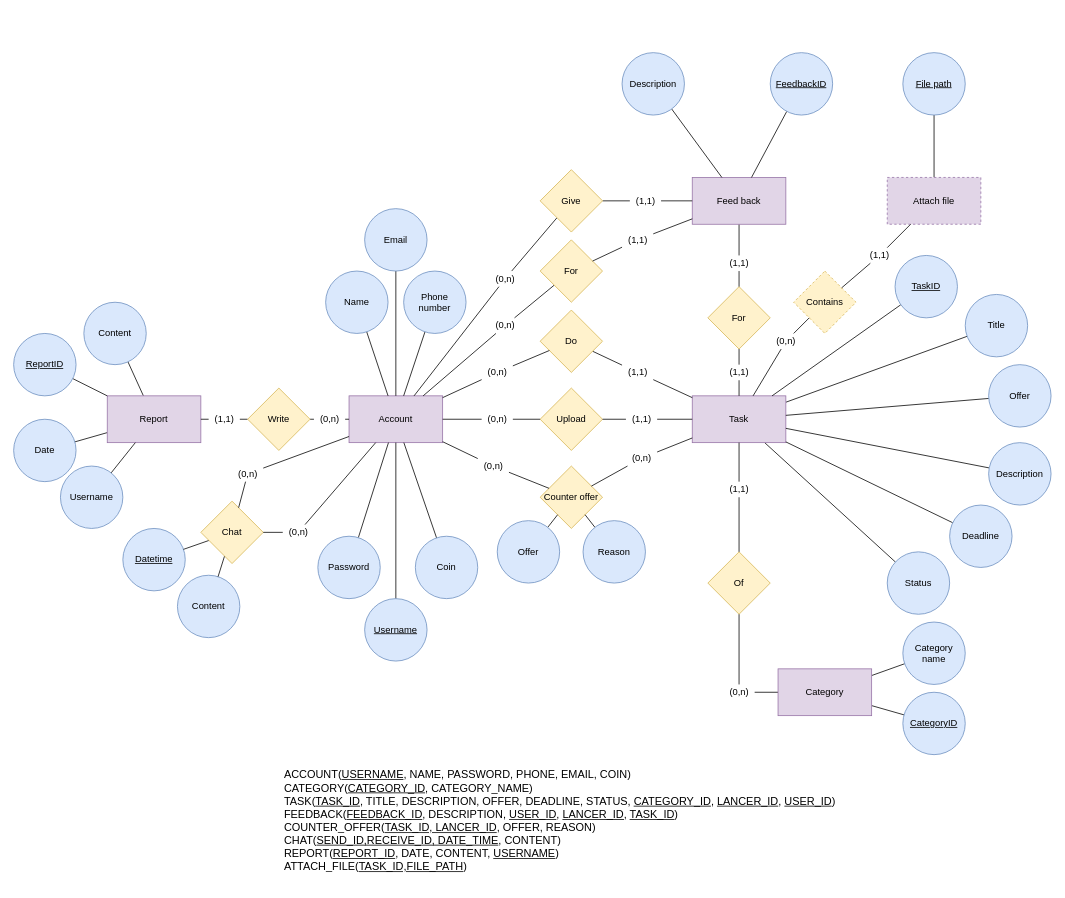
Before: docs/analysis and design/ERD.drawio in phuc16102001/beekey, a draw.io diagram. Source tidied: cells renumbered, new cells numbered last; positions are measured from the earlier drawing's top-left corner, leaving out a move shared by most shapes. Both pictures are drawn from the tidied source at 78%, with x=0, y=0 at pixel (13, 52).
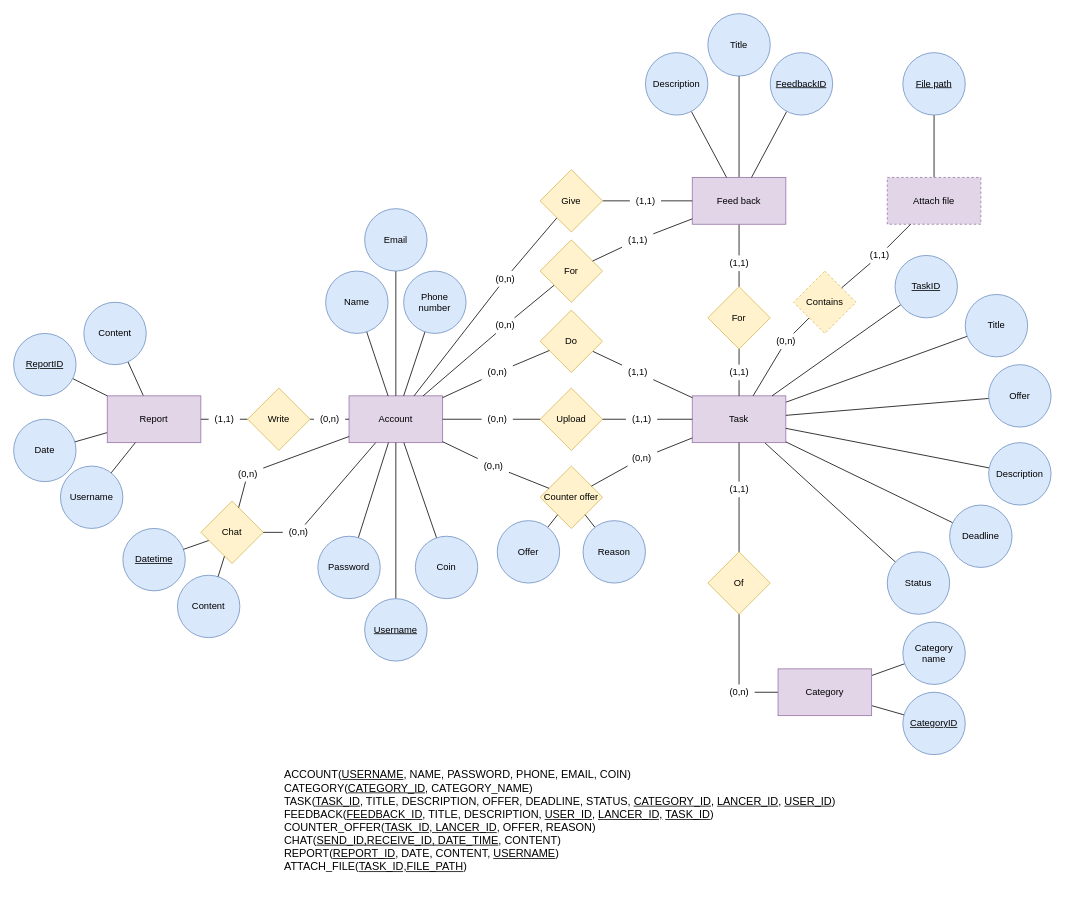
The same diagram, later.

Commit message (it also covers changes not shown here):
ERD: Add title to feedback SQL: Add title to feedback Report controller: Change function name and remove check admin Feedback: Create and get feedback API

The change refers to these unchanged cells:
```xml
<mxCell id="57" value="Feed back" style="rounded=0;whiteSpace=wrap;html=1;fillColor=#e1d5e7;strokeColor=#9673a6;" parent="1" vertex="1">
  <mxGeometry x="870" y="160" width="120" height="60" as="geometry" />
</mxCell>
```

Change to the diagram source:
```diff
@@
+    <mxCell id="129" style="edgeStyle=orthogonalEdgeStyle;rounded=0;jettySize=auto;html=1;endArrow=none;endFill=0;" parent="1" edge="1" source="57" target="130">
+      <mxGeometry relative="1" as="geometry" />
+    </mxCell>
@@
     <mxCell id="62" value="Description" style="ellipse;whiteSpace=wrap;html=1;fillColor=#dae8fc;strokeColor=#6c8ebf;" parent="1" vertex="1">
-      <mxGeometry x="780" width="80" height="80" as="geometry" />
+      <mxGeometry x="810" width="80" height="80" as="geometry" />
     </mxCell>
-    <mxCell id="63" value="&lt;p style=&quot;font-size: 14px&quot;&gt;&lt;font style=&quot;font-size: 14px&quot;&gt;ACCOUNT(&lt;u&gt;USERNAME&lt;/u&gt;, NAME, PASSWORD, PHONE, EMAIL, COIN)&lt;br&gt;&lt;/font&gt;&lt;font style=&quot;font-size: 14px&quot;&gt;CATEGORY(&lt;u&gt;CATEGORY_ID&lt;/u&gt;, CATEGORY_NAME)&lt;br&gt;&lt;/font&gt;&lt;font style=&quot;font-size: 14px&quot;&gt;TASK(&lt;u&gt;TASK_ID&lt;/u&gt;, TITLE, DESCRIPTION, OFFER, DEADLINE, STATUS,&amp;nbsp;&lt;u&gt;CATEGORY_ID&lt;/u&gt;, &lt;u&gt;LANCER_ID&lt;/u&gt;, &lt;u&gt;USER_ID&lt;/u&gt;)&lt;br&gt;&lt;/font&gt;&lt;font style=&quot;font-size: 14px&quot;&gt;FEEDBACK(&lt;u&gt;FEEDBACK_ID&lt;/u&gt;, DESCRIPTION,&amp;nbsp;&lt;u&gt;USER_ID&lt;/u&gt;, &lt;u&gt;LANCER_ID,&lt;/u&gt; &lt;u&gt;TASK_ID&lt;/u&gt;)&lt;br&gt;&lt;/font&gt;&lt;font style=&quot;font-size: 14px&quot;&gt;COUNTER_OFFER(&lt;u&gt;TASK_ID, LANCER_ID&lt;/u&gt;, OFFER, REASON)&lt;br&gt;&lt;/font&gt;CHAT(&lt;u&gt;SEND_ID,RECEIVE_ID, DATE_TIME&lt;/u&gt;, CONTENT)&lt;br&gt;REPORT(&lt;u&gt;REPORT_ID&lt;/u&gt;, DATE, CONTENT, &lt;u&gt;USERNAME&lt;/u&gt;)&lt;br&gt;ATTACH_FILE(&lt;u style=&quot;font-family: &amp;#34;helvetica&amp;#34; ; white-space: nowrap&quot;&gt;TASK_ID,FILE_PATH&lt;/u&gt;&lt;span style=&quot;font-family: &amp;#34;helvetica&amp;#34; ; white-space: nowrap&quot;&gt;)&lt;/span&gt;&lt;/p&gt;" style="text;html=1;align=left;verticalAlign=middle;" parent="1" vertex="1">
+    <mxCell id="63" value="&lt;p style=&quot;font-size: 14px&quot;&gt;&lt;font style=&quot;font-size: 14px&quot;&gt;ACCOUNT(&lt;u&gt;USERNAME&lt;/u&gt;, NAME, PASSWORD, PHONE, EMAIL, COIN)&lt;br&gt;&lt;/font&gt;&lt;font style=&quot;font-size: 14px&quot;&gt;CATEGORY(&lt;u&gt;CATEGORY_ID&lt;/u&gt;, CATEGORY_NAME)&lt;br&gt;&lt;/font&gt;&lt;font style=&quot;font-size: 14px&quot;&gt;TASK(&lt;u&gt;TASK_ID&lt;/u&gt;, TITLE, DESCRIPTION, OFFER, DEADLINE, STATUS,&amp;nbsp;&lt;u&gt;CATEGORY_ID&lt;/u&gt;, &lt;u&gt;LANCER_ID&lt;/u&gt;, &lt;u&gt;USER_ID&lt;/u&gt;)&lt;br&gt;&lt;/font&gt;&lt;font style=&quot;font-size: 14px&quot;&gt;FEEDBACK(&lt;u&gt;FEEDBACK_ID&lt;/u&gt;, TITLE, DESCRIPTION,&amp;nbsp;&lt;u&gt;USER_ID&lt;/u&gt;, &lt;u&gt;LANCER_ID,&lt;/u&gt; &lt;u&gt;TASK_ID&lt;/u&gt;)&lt;br&gt;&lt;/font&gt;&lt;font style=&quot;font-size: 14px&quot;&gt;COUNTER_OFFER(&lt;u&gt;TASK_ID, LANCER_ID&lt;/u&gt;, OFFER, REASON)&lt;br&gt;&lt;/font&gt;CHAT(&lt;u&gt;SEND_ID,RECEIVE_ID, DATE_TIME&lt;/u&gt;, CONTENT)&lt;br&gt;REPORT(&lt;u&gt;REPORT_ID&lt;/u&gt;, DATE, CONTENT, &lt;u&gt;USERNAME&lt;/u&gt;)&lt;br&gt;ATTACH_FILE(&lt;u style=&quot;font-family: &amp;#34;helvetica&amp;#34; ; white-space: nowrap&quot;&gt;TASK_ID,FILE_PATH&lt;/u&gt;&lt;span style=&quot;font-family: &amp;#34;helvetica&amp;#34; ; white-space: nowrap&quot;&gt;)&lt;/span&gt;&lt;/p&gt;" style="text;html=1;align=left;verticalAlign=middle;" parent="1" vertex="1">
       <mxGeometry x="345" y="915" width="720" height="140" as="geometry" />
     </mxCell>
@@
+    <mxCell id="130" value="Title" style="ellipse;whiteSpace=wrap;html=1;fillColor=#dae8fc;strokeColor=#6c8ebf;" parent="1" vertex="1">
+      <mxGeometry x="890" y="-50" width="80" height="80" as="geometry" />
+    </mxCell>
```
